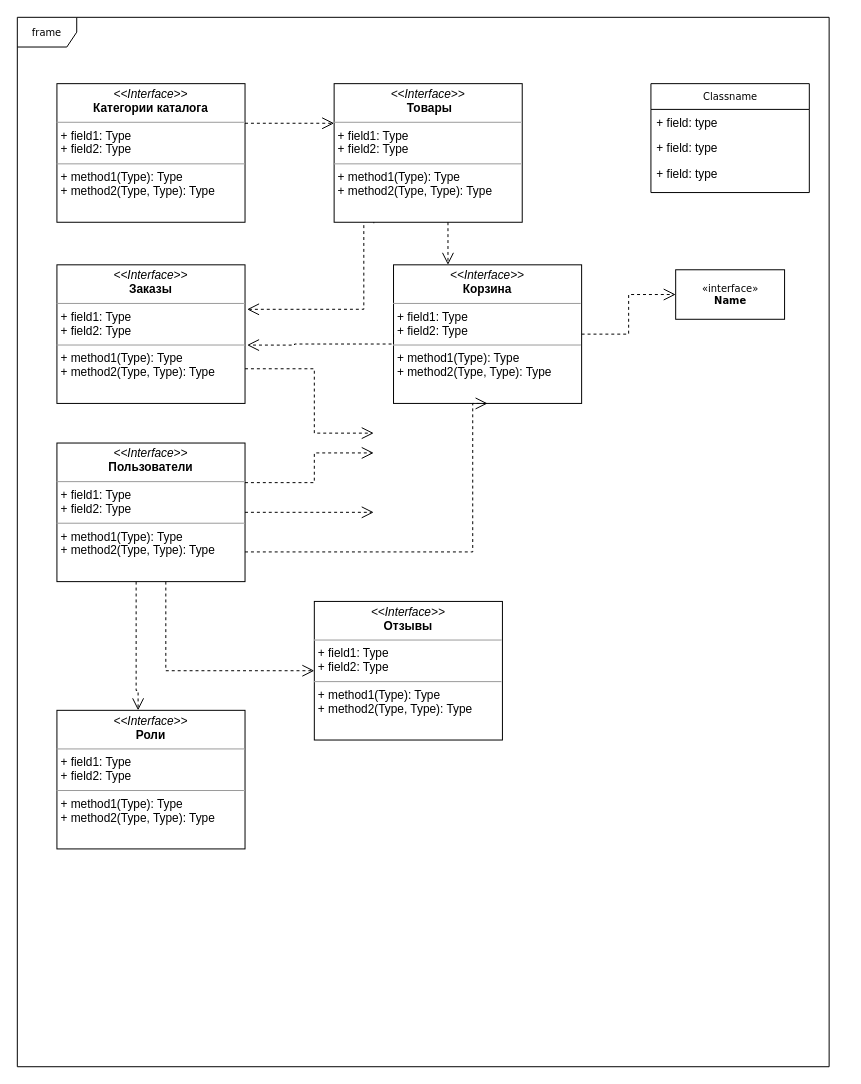
Above: Диаграмма без названия.drawio in tanika135/batman (draw.io), before the change. Source tidied: cells renumbered, new cells numbered last; positions are measured from the earlier drawing's top-left corner, leaving out a move shared by most shapes. Both pictures are drawn from the tidied source at 99%, with x=0, y=0 at pixel (17, 17).
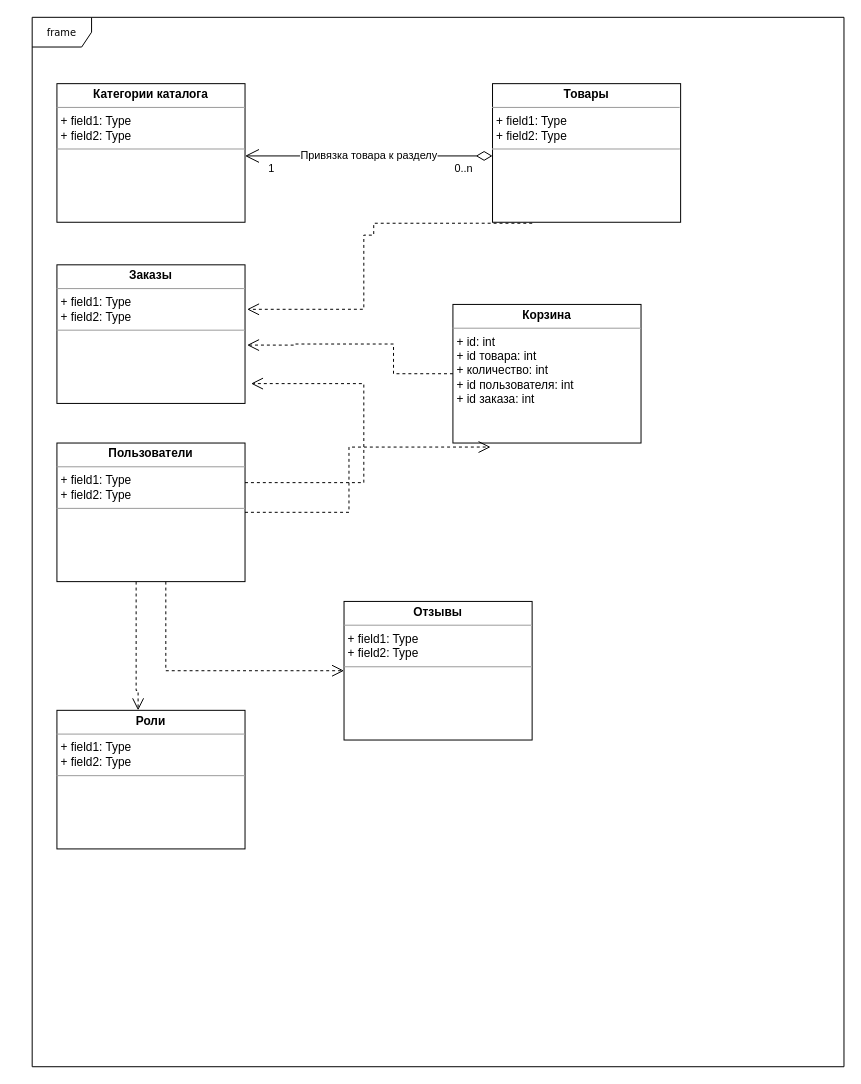
Above is the later version.

The edit, as a diff of the source:
```diff
@@
     <mxCell id="2" value="frame" style="shape=umlFrame;whiteSpace=wrap;html=1;rounded=0;shadow=0;comic=0;labelBackgroundColor=none;strokeWidth=1;fontFamily=Verdana;fontSize=10;align=center;" parent="1" vertex="1">
-      <mxGeometry width="820" height="1060" as="geometry" />
+      <mxGeometry x="15" width="820" height="1060" as="geometry" />
     </mxCell>
-    <mxCell id="3" value="Classname" style="swimlane;html=1;fontStyle=0;horizontal=1;startSize=26;fillColor=none;swimlaneFillColor=#ffffff;rounded=0;shadow=0;comic=0;labelBackgroundColor=none;strokeWidth=1;fontFamily=Verdana;fontSize=10;align=center;" parent="1" vertex="1">
-      <mxGeometry x="640" y="67" width="160" height="110" as="geometry" />
-    </mxCell>
-    <mxCell id="4" value="+ field: type" style="text;html=1;strokeColor=none;fillColor=none;align=left;verticalAlign=top;spacingLeft=4;spacingRight=4;whiteSpace=wrap;overflow=hidden;" parent="3" vertex="1">
-      <mxGeometry y="26" width="160" height="26" as="geometry" />
-    </mxCell>
-    <mxCell id="5" value="+ field: type" style="text;html=1;strokeColor=none;fillColor=none;align=left;verticalAlign=top;spacingLeft=4;spacingRight=4;whiteSpace=wrap;overflow=hidden;" parent="3" vertex="1">
-      <mxGeometry y="52" width="160" height="26" as="geometry" />
-    </mxCell>
-    <mxCell id="6" value="+ field: type" style="text;html=1;strokeColor=none;fillColor=none;align=left;verticalAlign=top;spacingLeft=4;spacingRight=4;whiteSpace=wrap;overflow=hidden;" parent="3" vertex="1">
-      <mxGeometry y="78" width="160" height="26" as="geometry" />
-    </mxCell>
-    <mxCell id="7" value="&lt;p style=&quot;margin:0px;margin-top:4px;text-align:center;&quot;&gt;&lt;i&gt;&amp;lt;&amp;lt;Interface&amp;gt;&amp;gt;&lt;/i&gt;&lt;br&gt;&lt;b&gt;Роли&lt;/b&gt;&lt;/p&gt;&lt;hr size=&quot;1&quot;&gt;&lt;p style=&quot;margin:0px;margin-left:4px;&quot;&gt;+ field1: Type&lt;br&gt;+ field2: Type&lt;/p&gt;&lt;hr size=&quot;1&quot;&gt;&lt;p style=&quot;margin:0px;margin-left:4px;&quot;&gt;+ method1(Type): Type&lt;br&gt;+ method2(Type, Type): Type&lt;/p&gt;" style="verticalAlign=top;align=left;overflow=fill;fontSize=12;fontFamily=Helvetica;html=1;rounded=0;shadow=0;comic=0;labelBackgroundColor=none;strokeWidth=1;" parent="1" vertex="1">
+    <mxCell id="7" value="&lt;p style=&quot;margin:0px;margin-top:4px;text-align:center;&quot;&gt;&lt;b&gt;Роли&lt;/b&gt;&lt;/p&gt;&lt;hr size=&quot;1&quot;&gt;&lt;p style=&quot;margin:0px;margin-left:4px;&quot;&gt;+ field1: Type&lt;br&gt;+ field2: Type&lt;/p&gt;&lt;hr size=&quot;1&quot;&gt;&lt;p style=&quot;margin:0px;margin-left:4px;&quot;&gt;&lt;br&gt;&lt;/p&gt;" style="verticalAlign=top;align=left;overflow=fill;fontSize=12;fontFamily=Helvetica;html=1;rounded=0;shadow=0;comic=0;labelBackgroundColor=none;strokeWidth=1;" parent="1" vertex="1">
       <mxGeometry x="40" y="700" width="190" height="140" as="geometry" />
     </mxCell>
-    <mxCell id="8" value="&lt;p style=&quot;margin:0px;margin-top:4px;text-align:center;&quot;&gt;&lt;i&gt;&amp;lt;&amp;lt;Interface&amp;gt;&amp;gt;&lt;/i&gt;&lt;br&gt;&lt;b&gt;Отзывы&lt;/b&gt;&lt;/p&gt;&lt;hr size=&quot;1&quot;&gt;&lt;p style=&quot;margin:0px;margin-left:4px;&quot;&gt;+ field1: Type&lt;br&gt;+ field2: Type&lt;/p&gt;&lt;hr size=&quot;1&quot;&gt;&lt;p style=&quot;margin:0px;margin-left:4px;&quot;&gt;+ method1(Type): Type&lt;br&gt;+ method2(Type, Type): Type&lt;/p&gt;" style="verticalAlign=top;align=left;overflow=fill;fontSize=12;fontFamily=Helvetica;html=1;rounded=0;shadow=0;comic=0;labelBackgroundColor=none;strokeWidth=1;" parent="1" vertex="1">
-      <mxGeometry x="300" y="590" width="190" height="140" as="geometry" />
+    <mxCell id="8" value="&lt;p style=&quot;margin:0px;margin-top:4px;text-align:center;&quot;&gt;&lt;b&gt;Отзывы&lt;/b&gt;&lt;/p&gt;&lt;hr size=&quot;1&quot;&gt;&lt;p style=&quot;margin:0px;margin-left:4px;&quot;&gt;+ field1: Type&lt;br&gt;+ field2: Type&lt;/p&gt;&lt;hr size=&quot;1&quot;&gt;&lt;p style=&quot;margin:0px;margin-left:4px;&quot;&gt;&lt;br&gt;&lt;/p&gt;" style="verticalAlign=top;align=left;overflow=fill;fontSize=12;fontFamily=Helvetica;html=1;rounded=0;shadow=0;comic=0;labelBackgroundColor=none;strokeWidth=1;" parent="1" vertex="1">
+      <mxGeometry x="330" y="590" width="190" height="140" as="geometry" />
     </mxCell>
-    <mxCell id="9" style="edgeStyle=orthogonalEdgeStyle;rounded=0;html=1;dashed=1;labelBackgroundColor=none;startFill=0;endArrow=open;endFill=0;endSize=10;fontFamily=Verdana;fontSize=10;" parent="1" edge="1" source="10" target="11">
-      <mxGeometry relative="1" as="geometry" />
-    </mxCell>
-    <mxCell id="10" value="&lt;p style=&quot;margin:0px;margin-top:4px;text-align:center;&quot;&gt;&lt;i&gt;&amp;lt;&amp;lt;Interface&amp;gt;&amp;gt;&lt;/i&gt;&lt;br&gt;&lt;b&gt;Корзина&lt;/b&gt;&lt;/p&gt;&lt;hr size=&quot;1&quot;&gt;&lt;p style=&quot;margin:0px;margin-left:4px;&quot;&gt;+ field1: Type&lt;br&gt;+ field2: Type&lt;/p&gt;&lt;hr size=&quot;1&quot;&gt;&lt;p style=&quot;margin:0px;margin-left:4px;&quot;&gt;+ method1(Type): Type&lt;br&gt;+ method2(Type, Type): Type&lt;/p&gt;" style="verticalAlign=top;align=left;overflow=fill;fontSize=12;fontFamily=Helvetica;html=1;rounded=0;shadow=0;comic=0;labelBackgroundColor=none;strokeWidth=1;" parent="1" vertex="1">
-      <mxGeometry x="380" y="250" width="190" height="140" as="geometry" />
+    <mxCell id="10" value="&lt;p style=&quot;margin:0px;margin-top:4px;text-align:center;&quot;&gt;&lt;b style=&quot;background-color: initial;&quot;&gt;Корзина&lt;/b&gt;&lt;br&gt;&lt;/p&gt;&lt;hr size=&quot;1&quot;&gt;&lt;p style=&quot;margin:0px;margin-left:4px;&quot;&gt;+&amp;nbsp;&lt;span style=&quot;background-color: initial;&quot;&gt;id: int&lt;/span&gt;&lt;/p&gt;&lt;p style=&quot;margin:0px;margin-left:4px;&quot;&gt;+&amp;nbsp;id товара: int&lt;/p&gt;&lt;p style=&quot;margin:0px;margin-left:4px;&quot;&gt;+ количество: int&lt;/p&gt;&lt;p style=&quot;margin:0px;margin-left:4px;&quot;&gt;+ id пользователя: int&lt;/p&gt;&lt;p style=&quot;margin:0px;margin-left:4px;&quot;&gt;+ id заказа: int&lt;/p&gt;" style="verticalAlign=top;align=left;overflow=fill;fontSize=12;fontFamily=Helvetica;html=1;rounded=0;shadow=0;comic=0;labelBackgroundColor=none;strokeWidth=1;" parent="1" vertex="1">
+      <mxGeometry x="440" y="290" width="190" height="140" as="geometry" />
     </mxCell>
-    <mxCell id="11" value="&amp;laquo;interface&amp;raquo;&lt;br&gt;&lt;b&gt;Name&lt;/b&gt;" style="html=1;rounded=0;shadow=0;comic=0;labelBackgroundColor=none;strokeWidth=1;fontFamily=Verdana;fontSize=10;align=center;" parent="1" vertex="1">
-      <mxGeometry x="665" y="255" width="110" height="50" as="geometry" />
-    </mxCell>
-    <mxCell id="12" style="edgeStyle=orthogonalEdgeStyle;rounded=0;html=1;labelBackgroundColor=none;startFill=0;endArrow=open;endFill=0;endSize=10;fontFamily=Verdana;fontSize=10;dashed=1;" parent="1" edge="1" source="13" target="24">
-      <mxGeometry relative="1" as="geometry">
-        <Array as="points">
-          <mxPoint x="260" y="107" />
-          <mxPoint x="260" y="107" />
-        </Array>
-      </mxGeometry>
-    </mxCell>
-    <mxCell id="13" value="&lt;p style=&quot;margin:0px;margin-top:4px;text-align:center;&quot;&gt;&lt;i&gt;&amp;lt;&amp;lt;Interface&amp;gt;&amp;gt;&lt;/i&gt;&lt;br&gt;&lt;b&gt;Категории каталога&lt;/b&gt;&lt;br&gt;&lt;/p&gt;&lt;hr size=&quot;1&quot;&gt;&lt;p style=&quot;margin:0px;margin-left:4px;&quot;&gt;+ field1: Type&lt;br&gt;+ field2: Type&lt;/p&gt;&lt;hr size=&quot;1&quot;&gt;&lt;p style=&quot;margin:0px;margin-left:4px;&quot;&gt;+ method1(Type): Type&lt;br&gt;+ method2(Type, Type): Type&lt;/p&gt;" style="verticalAlign=top;align=left;overflow=fill;fontSize=12;fontFamily=Helvetica;html=1;rounded=0;shadow=0;comic=0;labelBackgroundColor=none;strokeWidth=1;" parent="1" vertex="1">
+    <mxCell id="13" value="&lt;p style=&quot;margin:0px;margin-top:4px;text-align:center;&quot;&gt;&lt;b style=&quot;background-color: initial;&quot;&gt;Категории каталога&lt;/b&gt;&lt;br&gt;&lt;/p&gt;&lt;hr size=&quot;1&quot;&gt;&lt;p style=&quot;margin:0px;margin-left:4px;&quot;&gt;+ field1: Type&lt;br&gt;+ field2: Type&lt;/p&gt;&lt;hr size=&quot;1&quot;&gt;&lt;p style=&quot;margin:0px;margin-left:4px;&quot;&gt;&lt;br&gt;&lt;/p&gt;" style="verticalAlign=top;align=left;overflow=fill;fontSize=12;fontFamily=Helvetica;html=1;rounded=0;shadow=0;comic=0;labelBackgroundColor=none;strokeWidth=1;" parent="1" vertex="1">
       <mxGeometry x="40" y="67" width="190" height="140" as="geometry" />
     </mxCell>
     <mxCell id="14" style="edgeStyle=orthogonalEdgeStyle;rounded=0;html=1;dashed=1;labelBackgroundColor=none;startFill=0;endArrow=open;endFill=0;endSize=10;fontFamily=Verdana;fontSize=10;exitX=0.211;exitY=1.007;exitDx=0;exitDy=0;exitPerimeter=0;entryX=1.011;entryY=0.321;entryDx=0;entryDy=0;entryPerimeter=0;" parent="1" edge="1" source="24" target="17">
       <mxGeometry relative="1" as="geometry">
         <Array as="points">
-          <mxPoint x="360" y="205" />
-          <mxPoint x="350" y="205" />
+          <mxPoint x="360" y="208" />
+          <mxPoint x="360" y="220" />
+          <mxPoint x="350" y="220" />
           <mxPoint x="350" y="295" />
         </Array>
       </mxGeometry>
     </mxCell>
@@
-    <mxCell id="16" style="edgeStyle=orthogonalEdgeStyle;rounded=0;html=1;exitX=1;exitY=0.75;dashed=1;labelBackgroundColor=none;startFill=0;endArrow=open;endFill=0;endSize=10;fontFamily=Verdana;fontSize=10;" parent="1" edge="1" source="17">
-      <mxGeometry relative="1" as="geometry">
-        <mxPoint x="360" y="420" as="targetPoint" />
-        <Array as="points">
-          <mxPoint x="300" y="355" />
-          <mxPoint x="300" y="420" />
-        </Array>
-      </mxGeometry>
-    </mxCell>
-    <mxCell id="17" value="&lt;p style=&quot;margin:0px;margin-top:4px;text-align:center;&quot;&gt;&lt;i&gt;&amp;lt;&amp;lt;Interface&amp;gt;&amp;gt;&lt;/i&gt;&lt;br&gt;&lt;b&gt;Заказы&lt;/b&gt;&lt;br&gt;&lt;/p&gt;&lt;hr size=&quot;1&quot;&gt;&lt;p style=&quot;margin:0px;margin-left:4px;&quot;&gt;+ field1: Type&lt;br&gt;+ field2: Type&lt;/p&gt;&lt;hr size=&quot;1&quot;&gt;&lt;p style=&quot;margin:0px;margin-left:4px;&quot;&gt;+ method1(Type): Type&lt;br&gt;+ method2(Type, Type): Type&lt;/p&gt;" style="verticalAlign=top;align=left;overflow=fill;fontSize=12;fontFamily=Helvetica;html=1;rounded=0;shadow=0;comic=0;labelBackgroundColor=none;strokeWidth=1;" parent="1" vertex="1">
+    <mxCell id="17" value="&lt;p style=&quot;margin:0px;margin-top:4px;text-align:center;&quot;&gt;&lt;b style=&quot;background-color: initial;&quot;&gt;Заказы&lt;/b&gt;&lt;br&gt;&lt;/p&gt;&lt;hr size=&quot;1&quot;&gt;&lt;p style=&quot;margin:0px;margin-left:4px;&quot;&gt;+ field1: Type&lt;br&gt;+ field2: Type&lt;/p&gt;&lt;hr size=&quot;1&quot;&gt;&lt;p style=&quot;margin:0px;margin-left:4px;&quot;&gt;&lt;br&gt;&lt;/p&gt;" style="verticalAlign=top;align=left;overflow=fill;fontSize=12;fontFamily=Helvetica;html=1;rounded=0;shadow=0;comic=0;labelBackgroundColor=none;strokeWidth=1;" parent="1" vertex="1">
       <mxGeometry x="40" y="250" width="190" height="140" as="geometry" />
     </mxCell>
-    <mxCell id="18" style="edgeStyle=orthogonalEdgeStyle;rounded=0;html=1;dashed=1;labelBackgroundColor=none;startFill=0;endArrow=open;endFill=0;endSize=10;fontFamily=Verdana;fontSize=10;" parent="1" edge="1" source="23">
+    <mxCell id="18" style="edgeStyle=orthogonalEdgeStyle;rounded=0;html=1;dashed=1;labelBackgroundColor=none;startFill=0;endArrow=open;endFill=0;endSize=10;fontFamily=Verdana;fontSize=10;entryX=1.032;entryY=0.857;entryDx=0;entryDy=0;entryPerimeter=0;" parent="1" edge="1" source="23" target="17">
       <mxGeometry relative="1" as="geometry">
-        <mxPoint x="360" y="440" as="targetPoint" />
         <Array as="points">
-          <mxPoint x="300" y="470" />
-          <mxPoint x="300" y="440" />
+          <mxPoint x="350" y="470" />
+          <mxPoint x="350" y="370" />
         </Array>
       </mxGeometry>
     </mxCell>
-    <mxCell id="19" style="edgeStyle=orthogonalEdgeStyle;rounded=0;html=1;dashed=1;labelBackgroundColor=none;startFill=0;endArrow=open;endFill=0;endSize=10;fontFamily=Verdana;fontSize=10;" parent="1" edge="1" source="23">
-      <mxGeometry relative="1" as="geometry">
-        <mxPoint x="360" y="500" as="targetPoint" />
-      </mxGeometry>
+    <mxCell id="19" style="edgeStyle=orthogonalEdgeStyle;rounded=0;html=1;dashed=1;labelBackgroundColor=none;startFill=0;endArrow=open;endFill=0;endSize=10;fontFamily=Verdana;fontSize=10;entryX=0.2;entryY=1.029;entryDx=0;entryDy=0;entryPerimeter=0;" parent="1" edge="1" source="23" target="10">
+      <mxGeometry relative="1" as="geometry" />
     </mxCell>
-    <mxCell id="20" style="edgeStyle=orthogonalEdgeStyle;rounded=0;html=1;dashed=1;labelBackgroundColor=none;startFill=0;endArrow=open;endFill=0;endSize=10;fontFamily=Verdana;fontSize=10;entryX=0.5;entryY=1;entryDx=0;entryDy=0;" parent="1" edge="1" source="23" target="10">
-      <mxGeometry relative="1" as="geometry">
-        <Array as="points">
-          <mxPoint x="460" y="540" />
-          <mxPoint x="460" y="390" />
-        </Array>
-      </mxGeometry>
-    </mxCell>
@@
-    <mxCell id="23" value="&lt;p style=&quot;margin:0px;margin-top:4px;text-align:center;&quot;&gt;&lt;i&gt;&amp;lt;&amp;lt;Interface&amp;gt;&amp;gt;&lt;/i&gt;&lt;br&gt;&lt;b&gt;Пользователи&lt;/b&gt;&lt;br&gt;&lt;/p&gt;&lt;hr size=&quot;1&quot;&gt;&lt;p style=&quot;margin:0px;margin-left:4px;&quot;&gt;+ field1: Type&lt;br&gt;+ field2: Type&lt;/p&gt;&lt;hr size=&quot;1&quot;&gt;&lt;p style=&quot;margin:0px;margin-left:4px;&quot;&gt;+ method1(Type): Type&lt;br&gt;+ method2(Type, Type): Type&lt;/p&gt;" style="verticalAlign=top;align=left;overflow=fill;fontSize=12;fontFamily=Helvetica;html=1;rounded=0;shadow=0;comic=0;labelBackgroundColor=none;strokeWidth=1;" parent="1" vertex="1">
+    <mxCell id="23" value="&lt;p style=&quot;margin:0px;margin-top:4px;text-align:center;&quot;&gt;&lt;b&gt;Пользователи&lt;/b&gt;&lt;br&gt;&lt;/p&gt;&lt;hr size=&quot;1&quot;&gt;&lt;p style=&quot;margin:0px;margin-left:4px;&quot;&gt;+ field1: Type&lt;br&gt;+ field2: Type&lt;/p&gt;&lt;hr size=&quot;1&quot;&gt;&lt;p style=&quot;margin:0px;margin-left:4px;&quot;&gt;&lt;br&gt;&lt;/p&gt;" style="verticalAlign=top;align=left;overflow=fill;fontSize=12;fontFamily=Helvetica;html=1;rounded=0;shadow=0;comic=0;labelBackgroundColor=none;strokeWidth=1;" parent="1" vertex="1">
       <mxGeometry x="40" y="430" width="190" height="140" as="geometry" />
     </mxCell>
-    <mxCell id="24" value="&lt;p style=&quot;margin:0px;margin-top:4px;text-align:center;&quot;&gt;&lt;i&gt;&amp;lt;&amp;lt;Interface&amp;gt;&amp;gt;&lt;/i&gt;&lt;br&gt;&lt;b&gt;&amp;nbsp;Товары&lt;/b&gt;&lt;br&gt;&lt;/p&gt;&lt;hr size=&quot;1&quot;&gt;&lt;p style=&quot;margin:0px;margin-left:4px;&quot;&gt;+ field1: Type&lt;br&gt;+ field2: Type&lt;/p&gt;&lt;hr size=&quot;1&quot;&gt;&lt;p style=&quot;margin:0px;margin-left:4px;&quot;&gt;+ method1(Type): Type&lt;br&gt;+ method2(Type, Type): Type&lt;/p&gt;" style="verticalAlign=top;align=left;overflow=fill;fontSize=12;fontFamily=Helvetica;html=1;rounded=0;shadow=0;comic=0;labelBackgroundColor=none;strokeWidth=1;" parent="1" vertex="1">
-      <mxGeometry x="320" y="67" width="190" height="140" as="geometry" />
+    <mxCell id="24" value="&lt;p style=&quot;margin:0px;margin-top:4px;text-align:center;&quot;&gt;&lt;b style=&quot;background-color: initial;&quot;&gt;Товары&lt;/b&gt;&lt;br&gt;&lt;/p&gt;&lt;hr size=&quot;1&quot;&gt;&lt;p style=&quot;margin:0px;margin-left:4px;&quot;&gt;+ field1: Type&lt;br&gt;+ field2: Type&lt;/p&gt;&lt;hr size=&quot;1&quot;&gt;&lt;p style=&quot;margin:0px;margin-left:4px;&quot;&gt;&lt;br&gt;&lt;/p&gt;" style="verticalAlign=top;align=left;overflow=fill;fontSize=12;fontFamily=Helvetica;html=1;rounded=0;shadow=0;comic=0;labelBackgroundColor=none;strokeWidth=1;" parent="1" vertex="1">
+      <mxGeometry x="480" y="67" width="190" height="140" as="geometry" />
     </mxCell>
-    <mxCell id="25" style="edgeStyle=orthogonalEdgeStyle;rounded=0;html=1;dashed=1;labelBackgroundColor=none;startFill=0;endArrow=open;endFill=0;endSize=10;fontFamily=Verdana;fontSize=10;" parent="1" edge="1" source="24" target="10">
-      <mxGeometry relative="1" as="geometry">
-        <Array as="points">
-          <mxPoint x="435" y="240" />
-          <mxPoint x="435" y="240" />
-        </Array>
-      </mxGeometry>
-    </mxCell>
+    <mxCell id="26" value="Привязка товара к разделу" style="endArrow=open;html=1;endSize=12;startArrow=diamondThin;startSize=14;startFill=0;edgeStyle=orthogonalEdgeStyle;rounded=0;" parent="1" edge="1" source="24" target="13">
+      <mxGeometry relative="1" as="geometry">
+        <Array as="points">
+          <mxPoint x="410" y="140" />
+          <mxPoint x="410" y="140" />
+        </Array>
+      </mxGeometry>
+    </mxCell>
+    <mxCell id="27" value="0..n" style="edgeLabel;html=1;align=left;verticalAlign=top;" parent="26" vertex="1">
+      <mxGeometry x="-1" relative="1" as="geometry">
+        <mxPoint x="-40" as="offset" />
+      </mxGeometry>
+    </mxCell>
+    <mxCell id="28" value="1" style="edgeLabel;html=1;align=right;verticalAlign=top;" parent="26" vertex="1">
+      <mxGeometry x="1" relative="1" as="geometry">
+        <mxPoint x="30" as="offset" />
+      </mxGeometry>
+    </mxCell>
```
